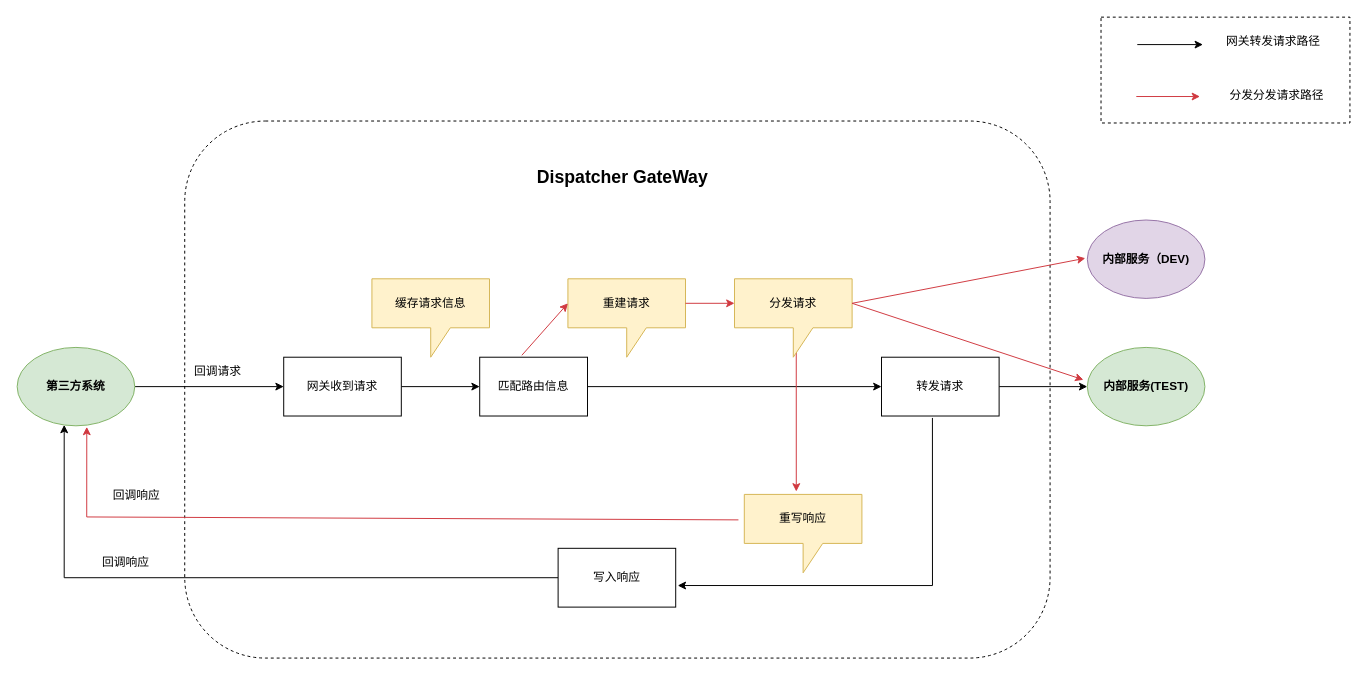
Above: SketchMap/分发网关实现原理.drawio in liuyunlong1229/aaa (draw.io), before the change. Source tidied: cells renumbered, new cells numbered last; positions are measured from the earlier drawing's top-left corner, leaving out a move shared by most shapes. Both pictures are drawn from the tidied source at 98%, with x=0, y=0 at pixel (17, 17).
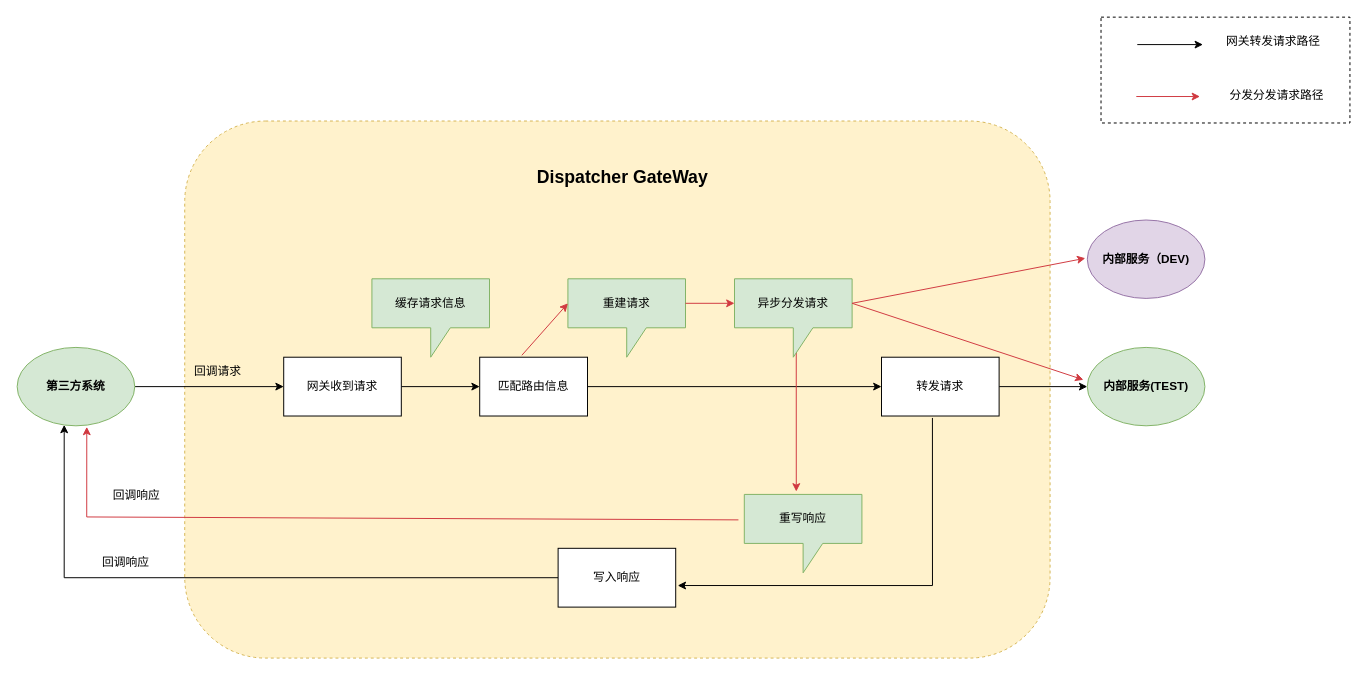
The same page after the edit.

Commit message (it also covers changes not shown here):
更新分发网关实现原理.drawio

Change to the diagram source:
```diff
@@
-    <mxCell id="2" style="rounded=1;whiteSpace=wrap;html=1;dashed=1;" parent="1" vertex="1">
+    <mxCell id="2" style="rounded=1;whiteSpace=wrap;html=1;dashed=1;fillColor=#fff2cc;strokeColor=#d6b656;" parent="1" vertex="1">
       <mxGeometry x="171" y="106" width="883" height="548" as="geometry" />
     </mxCell>
@@
-    <mxCell id="13" value="缓存请求信息" style="shape=callout;whiteSpace=wrap;html=1;perimeter=calloutPerimeter;fillColor=#fff2cc;strokeColor=#d6b656;" parent="1" vertex="1">
+    <mxCell id="13" value="缓存请求信息" style="shape=callout;whiteSpace=wrap;html=1;perimeter=calloutPerimeter;fillColor=#d5e8d4;strokeColor=#82b366;" parent="1" vertex="1">
       <mxGeometry x="362" y="267" width="120" height="80" as="geometry" />
     </mxCell>
-    <mxCell id="14" value="重建请求" style="shape=callout;whiteSpace=wrap;html=1;perimeter=calloutPerimeter;fillColor=#fff2cc;strokeColor=#d6b656;" parent="1" vertex="1">
+    <mxCell id="14" value="重建请求" style="shape=callout;whiteSpace=wrap;html=1;perimeter=calloutPerimeter;fillColor=#d5e8d4;strokeColor=#82b366;" parent="1" vertex="1">
       <mxGeometry x="562" y="267" width="120" height="80" as="geometry" />
     </mxCell>
@@
-    <mxCell id="21" value="重写响应" style="shape=callout;whiteSpace=wrap;html=1;perimeter=calloutPerimeter;fillColor=#fff2cc;strokeColor=#d6b656;" parent="1" vertex="1">
+    <mxCell id="21" value="重写响应" style="shape=callout;whiteSpace=wrap;html=1;perimeter=calloutPerimeter;fillColor=#d5e8d4;strokeColor=#82b366;" parent="1" vertex="1">
       <mxGeometry x="742" y="487" width="120" height="80" as="geometry" />
     </mxCell>
@@
-    <mxCell id="23" value="分发请求" style="shape=callout;whiteSpace=wrap;html=1;perimeter=calloutPerimeter;fillColor=#fff2cc;strokeColor=#d6b656;" parent="1" vertex="1">
+    <mxCell id="23" value="异步分发请求" style="shape=callout;whiteSpace=wrap;html=1;perimeter=calloutPerimeter;fillColor=#d5e8d4;strokeColor=#82b366;" parent="1" vertex="1">
       <mxGeometry x="732" y="267" width="120" height="80" as="geometry" />
     </mxCell>
```
